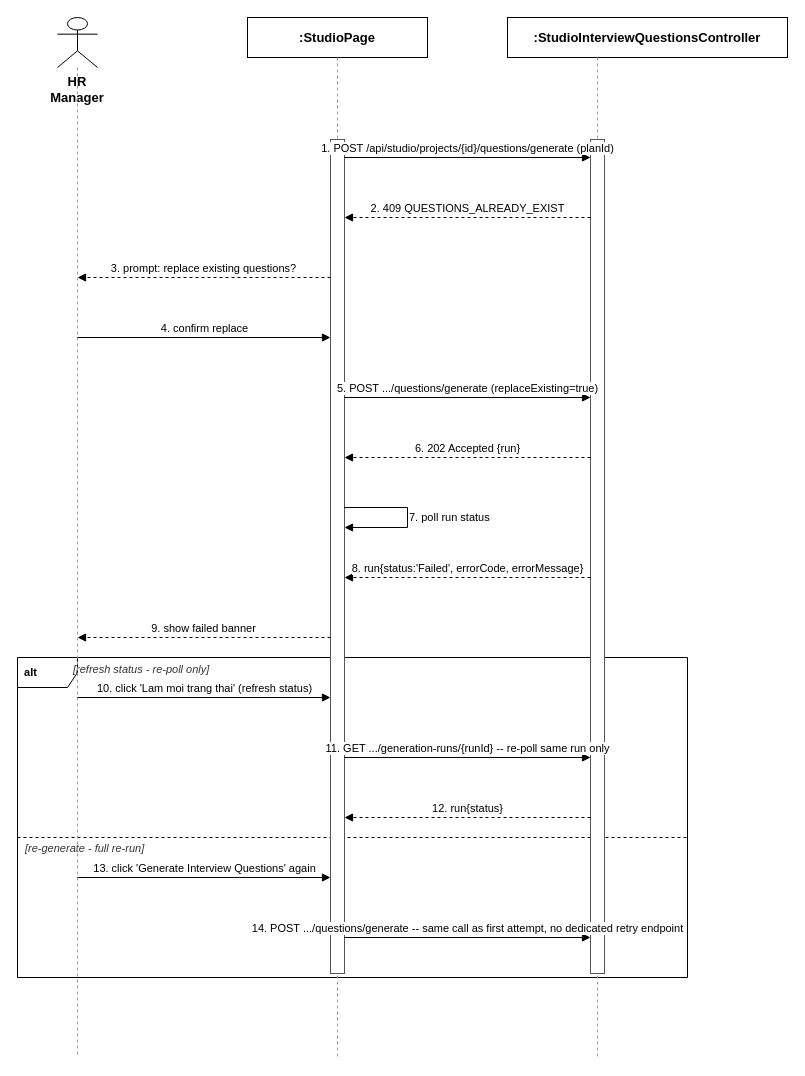
Above: docs/qa/Nam_SequenceDiagram/15_AIQuestionGenerationManagement_RetryPlanOrQuestions.drawio in tulklk/AI_Interview_Question_Generation_RAG_LLM_FE (draw.io), before the change. Source tidied: cells renumbered, new cells numbered last; positions are measured from the earlier drawing's top-left corner, leaving out a move shared by most shapes. Both pictures are drawn from the tidied source at 100%, with x=0, y=0 at pixel (17, 17).
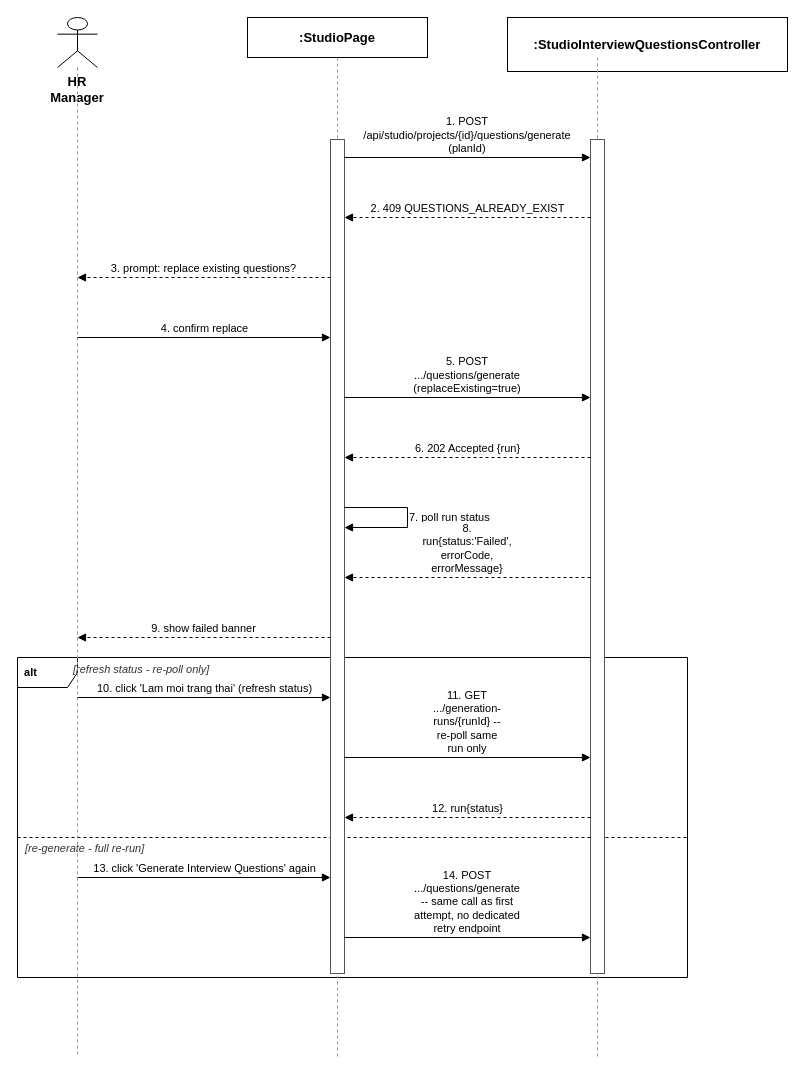
After the change.

The edit, as a diff of the source:
```diff
@@
     <mxCell id="10" value=":StudioInterviewQuestionsController" style="rounded=0;whiteSpace=wrap;html=1;fontSize=13;fillColor=#ffffff;strokeColor=#000000;fontStyle=1;" parent="1" vertex="1">
-      <mxGeometry x="490" width="280" height="40" as="geometry" />
+      <mxGeometry x="490" width="280" height="54" as="geometry" />
     </mxCell>
@@
-    <mxCell id="14" value="1. POST /api/studio/projects/{id}/questions/generate (planId)" style="endArrow=block;endFill=1;html=1;fontSize=11;align=center;verticalAlign=bottom;labelBackgroundColor=#ffffff;strokeColor=#000000;" parent="1" edge="1">
+    <mxCell id="14" value="1. POST /api/studio/projects/{id}/questions/generate (planId)" style="endArrow=block;endFill=1;html=1;whiteSpace=wrap;fontSize=11;align=center;verticalAlign=bottom;labelBackgroundColor=#ffffff;strokeColor=#000000;" parent="1" edge="1">
       <mxGeometry relative="1" as="geometry">
         <mxPoint x="327" y="140" as="sourcePoint" />
         <mxPoint x="573" y="140" as="targetPoint" />
       </mxGeometry>
     </mxCell>
@@
-    <mxCell id="18" value="5. POST .../questions/generate (replaceExisting=true)" style="endArrow=block;endFill=1;html=1;fontSize=11;align=center;verticalAlign=bottom;labelBackgroundColor=#ffffff;strokeColor=#000000;" parent="1" edge="1">
+    <mxCell id="18" value="5. POST .../questions/generate (replaceExisting=true)" style="endArrow=block;endFill=1;html=1;whiteSpace=wrap;fontSize=11;align=center;verticalAlign=bottom;labelBackgroundColor=#ffffff;strokeColor=#000000;" parent="1" edge="1">
       <mxGeometry relative="1" as="geometry">
         <mxPoint x="327" y="380" as="sourcePoint" />
         <mxPoint x="573" y="380" as="targetPoint" />
       </mxGeometry>
     </mxCell>
@@
-    <mxCell id="21" value="8. run{status:'Failed', errorCode, errorMessage}" style="endArrow=block;endFill=1;html=1;dashed=1;fontSize=11;align=center;verticalAlign=bottom;labelBackgroundColor=#ffffff;strokeColor=#000000;" parent="1" edge="1">
+    <mxCell id="21" value="8. run{status:'Failed', errorCode, errorMessage}" style="endArrow=block;endFill=1;html=1;whiteSpace=wrap;dashed=1;fontSize=11;align=center;verticalAlign=bottom;labelBackgroundColor=#ffffff;strokeColor=#000000;" parent="1" edge="1">
       <mxGeometry relative="1" as="geometry">
         <mxPoint x="573" y="560" as="sourcePoint" />
         <mxPoint x="327" y="560" as="targetPoint" />
       </mxGeometry>
     </mxCell>
@@
-    <mxCell id="24" value="11. GET .../generation-runs/{runId}  -- re-poll same run only" style="endArrow=block;endFill=1;html=1;fontSize=11;align=center;verticalAlign=bottom;labelBackgroundColor=#ffffff;strokeColor=#000000;" parent="1" edge="1">
+    <mxCell id="24" value="11. GET .../generation-runs/{runId}  -- re-poll same run only" style="endArrow=block;endFill=1;html=1;whiteSpace=wrap;fontSize=11;align=center;verticalAlign=bottom;labelBackgroundColor=#ffffff;strokeColor=#000000;" parent="1" edge="1">
       <mxGeometry relative="1" as="geometry">
         <mxPoint x="327" y="740" as="sourcePoint" />
         <mxPoint x="573" y="740" as="targetPoint" />
       </mxGeometry>
     </mxCell>
@@
-    <mxCell id="27" value="14. POST .../questions/generate  -- same call as first attempt, no dedicated retry endpoint" style="endArrow=block;endFill=1;html=1;fontSize=11;align=center;verticalAlign=bottom;labelBackgroundColor=#ffffff;strokeColor=#000000;" parent="1" edge="1">
+    <mxCell id="27" value="14. POST .../questions/generate  -- same call as first attempt, no dedicated retry endpoint" style="endArrow=block;endFill=1;html=1;whiteSpace=wrap;fontSize=11;align=center;verticalAlign=bottom;labelBackgroundColor=#ffffff;strokeColor=#000000;" parent="1" edge="1">
       <mxGeometry relative="1" as="geometry">
         <mxPoint x="327" y="920" as="sourcePoint" />
         <mxPoint x="573" y="920" as="targetPoint" />
       </mxGeometry>
     </mxCell>
```
